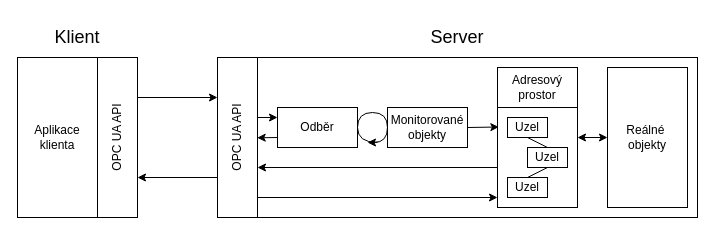
The draw.io diagram OpcuaClientServer.drawio in bzumik1/UML, before the edit. Source tidied: cells renumbered, new cells numbered last; positions are measured from the earlier drawing's top-left corner, leaving out a move shared by most shapes. Both pictures are drawn from the tidied source at 100%, with x=0, y=0 at pixel (17, 17).
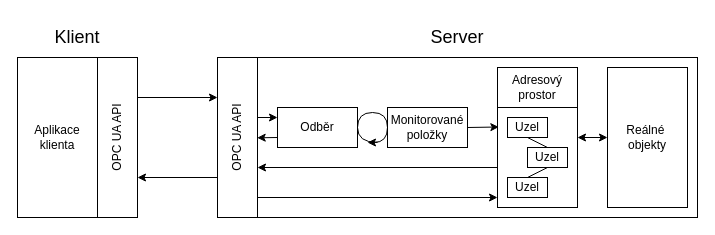
The same page after the edit.

What changed in the source:
```diff
@@
-    <mxCell id="8" value="Monitorované objekty" style="rounded=0;whiteSpace=wrap;html=1;" parent="1" vertex="1">
+    <mxCell id="8" value="Monitorované položky" style="rounded=0;whiteSpace=wrap;html=1;" parent="1" vertex="1">
       <mxGeometry x="370" y="90" width="80" height="40" as="geometry" />
     </mxCell>
```
